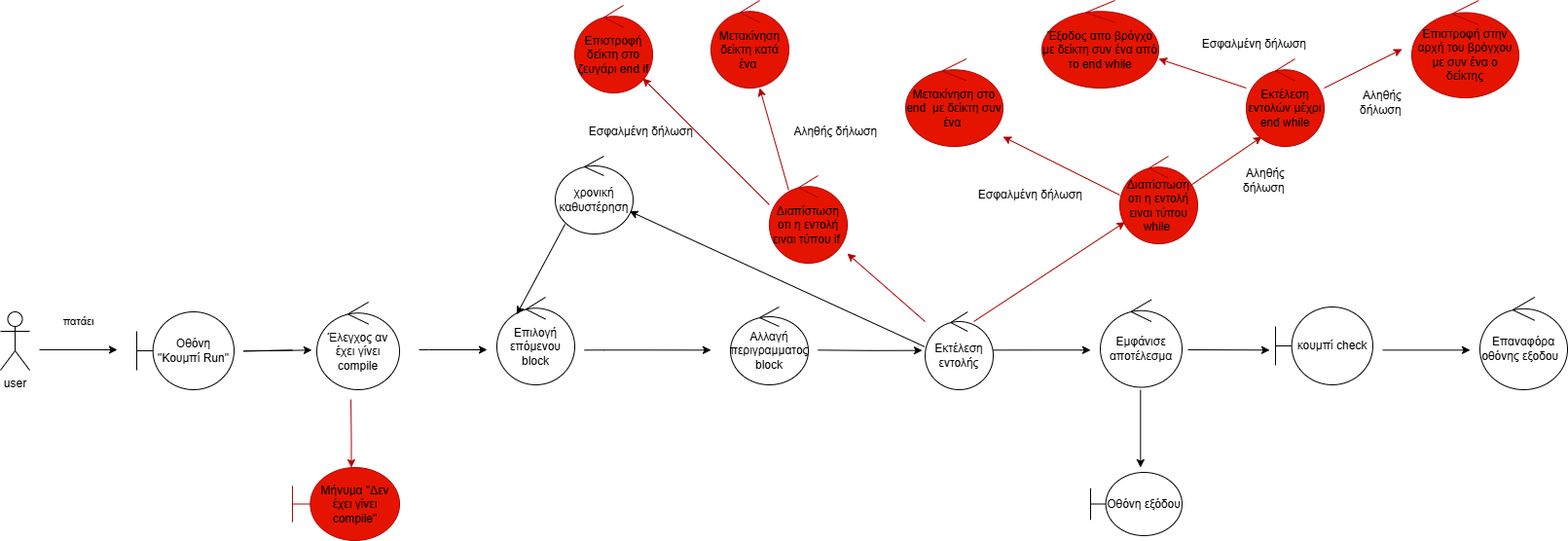
Earlier version of the draw.io export deytero/rob4.drawio.png (VasilisMichanetzis/Software-engineering-project-2025). Source tidied: cells renumbered, new cells last; positions are measured from the earlier drawing's top-left corner, leaving out a move shared by most shapes.
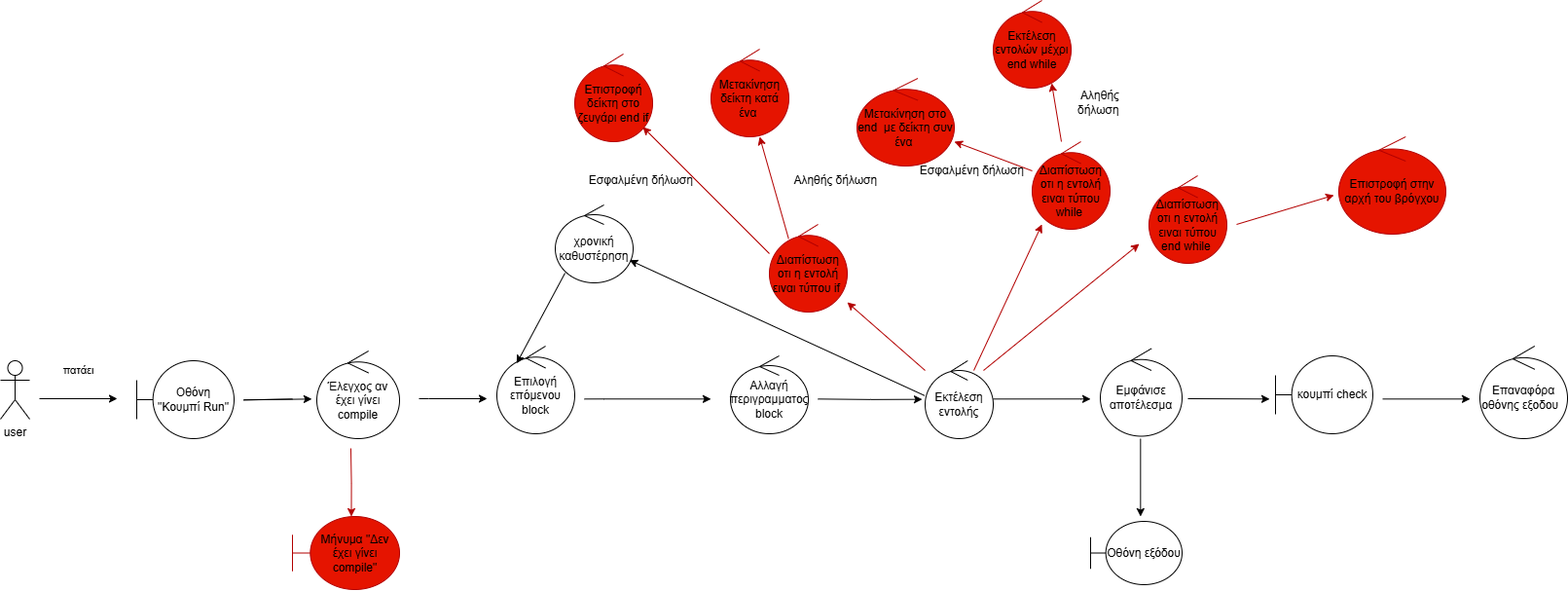
The same file after the commit.

Commit message:
διορθωση για end if

Diff of the diagram source:
```diff
@@ -150,63 +150,58 @@
       <mxGeometry x="600" y="120" width="120" height="30" as="geometry" />
     </mxCell>
     <mxCell id="34" value="&lt;font style=&quot;color: rgb(0, 0, 0);&quot;&gt;Διαπίστωση οτι η εντολή ειναι τύπου while&amp;nbsp;&lt;/font&gt;" style="ellipse;shape=umlControl;whiteSpace=wrap;html=1;fillColor=#e51400;fontColor=#ffffff;strokeColor=#B20000;" parent="1" vertex="1">
-      <mxGeometry x="1150" y="160" width="80" height="90" as="geometry" />
+      <mxGeometry x="1060" y="95" width="80" height="90" as="geometry" />
     </mxCell>
-    <mxCell id="35" style="endArrow=classic;html=1;rounded=0;fillColor=#e51400;strokeColor=#B20000;" parent="1" edge="1" target="34">
+    <mxCell id="35" style="endArrow=classic;html=1;rounded=0;fillColor=#e51400;strokeColor=#B20000;" parent="1" edge="1">
       <mxGeometry relative="1" as="geometry">
         <mxPoint x="1000" y="330" as="sourcePoint" />
+        <mxPoint x="1070" y="180" as="targetPoint" />
       </mxGeometry>
     </mxCell>
     <mxCell id="36" style="endArrow=classic;html=1;rounded=0;fillColor=#e51400;strokeColor=#B20000;" parent="1" edge="1">
       <mxGeometry relative="1" as="geometry">
-        <mxPoint x="1220" y="192" as="sourcePoint" />
-        <mxPoint x="1296" y="140" as="targetPoint" />
+        <mxPoint x="1090" y="95" as="sourcePoint" />
+        <mxPoint x="1080" y="35" as="targetPoint" />
       </mxGeometry>
     </mxCell>
     <mxCell id="37" value="&lt;font style=&quot;color: rgb(0, 0, 0);&quot;&gt;Εκτέλεση εντολών μέχρι end while&lt;/font&gt;" style="ellipse;shape=umlControl;whiteSpace=wrap;html=1;fillColor=#e51400;fontColor=#ffffff;strokeColor=#B20000;" parent="1" vertex="1">
-      <mxGeometry x="1280" y="60" width="80" height="90" as="geometry" />
+      <mxGeometry x="1020" y="-50" width="80" height="90" as="geometry" />
     </mxCell>
     <mxCell id="38" value="Αληθής δήλωση&amp;nbsp;" style="text;html=1;align=center;verticalAlign=middle;whiteSpace=wrap;rounded=0;" parent="1" vertex="1">
-      <mxGeometry x="1270" y="170" width="60" height="30" as="geometry" />
+      <mxGeometry x="1100" y="40" width="60" height="30" as="geometry" />
     </mxCell>
     <mxCell id="39" style="endArrow=classic;html=1;rounded=0;fillColor=#e51400;strokeColor=#B20000;" parent="1" edge="1">
       <mxGeometry relative="1" as="geometry">
-        <mxPoint x="1360" y="90" as="sourcePoint" />
-        <mxPoint x="1440" y="50" as="targetPoint" />
+        <mxPoint x="1270" y="180" as="sourcePoint" />
+        <mxPoint x="1370" y="150" as="targetPoint" />
       </mxGeometry>
     </mxCell>
-    <mxCell id="40" value="Αληθής δήλωση&amp;nbsp;" style="text;html=1;align=center;verticalAlign=middle;whiteSpace=wrap;rounded=0;" parent="1" vertex="1">
-      <mxGeometry x="1390" y="90" width="60" height="30" as="geometry" />
-    </mxCell>
-    <mxCell id="41" value="&lt;font style=&quot;color: rgb(0, 0, 0);&quot;&gt;Eπιστροφή στην αρχή του βρόγχου με συν ένα ο δείκτης&lt;/font&gt;" style="ellipse;shape=umlControl;whiteSpace=wrap;html=1;fillColor=#e51400;fontColor=#ffffff;strokeColor=#B20000;" parent="1" vertex="1">
-      <mxGeometry x="1450" width="110" height="100" as="geometry" />
+    <mxCell id="41" value="&lt;font style=&quot;color: rgb(0, 0, 0);&quot;&gt;Eπιστροφή στην αρχή του βρόγχου&lt;/font&gt;" style="ellipse;shape=umlControl;whiteSpace=wrap;html=1;fillColor=#e51400;fontColor=#ffffff;strokeColor=#B20000;" parent="1" vertex="1">
+      <mxGeometry x="1375" y="90" width="110" height="100" as="geometry" />
     </mxCell>
-    <mxCell id="42" style="endArrow=classic;html=1;rounded=0;fillColor=#e51400;strokeColor=#B20000;" parent="1" edge="1">
-      <mxGeometry relative="1" as="geometry">
-        <mxPoint x="1280" y="90" as="sourcePoint" />
-        <mxPoint x="1190" y="60" as="targetPoint" />
-      </mxGeometry>
-    </mxCell>
-    <mxCell id="43" value="Εσφαλμένη δήλωση&amp;nbsp;" style="text;html=1;align=center;verticalAlign=middle;whiteSpace=wrap;rounded=0;" parent="1" vertex="1">
-      <mxGeometry x="1230" y="30" width="120" height="30" as="geometry" />
-    </mxCell>
-    <mxCell id="44" value="&lt;font style=&quot;color: rgb(0, 0, 0);&quot;&gt;Έξοδος απο βρόγχο με δείκτη συν ένα από το end while&lt;/font&gt;" style="ellipse;shape=umlControl;whiteSpace=wrap;html=1;fillColor=#e51400;fontColor=#ffffff;strokeColor=#B20000;" parent="1" vertex="1">
-      <mxGeometry x="1070" width="120" height="90" as="geometry" />
-    </mxCell>
     <mxCell id="45" style="endArrow=classic;html=1;rounded=0;fillColor=#e51400;strokeColor=#B20000;" parent="1" edge="1">
       <mxGeometry relative="1" as="geometry">
-        <mxPoint x="1150" y="200" as="sourcePoint" />
-        <mxPoint x="1030" y="140" as="targetPoint" />
+        <mxPoint x="1060" y="125" as="sourcePoint" />
+        <mxPoint x="980" y="95" as="targetPoint" />
       </mxGeometry>
     </mxCell>
     <mxCell id="46" style="edgeStyle=orthogonalEdgeStyle;rounded=0;orthogonalLoop=1;jettySize=auto;html=1;exitX=0.5;exitY=1;exitDx=0;exitDy=0;" parent="1" edge="1" source="29" target="29">
       <mxGeometry relative="1" as="geometry" />
     </mxCell>
     <mxCell id="47" value="&lt;font style=&quot;color: rgb(0, 0, 0);&quot;&gt;Μετακίνηση στο end&amp;nbsp; με δείκτη συν ένα&amp;nbsp;&lt;/font&gt;" style="ellipse;shape=umlControl;whiteSpace=wrap;html=1;fillColor=#e51400;fontColor=#ffffff;strokeColor=#B20000;" parent="1" vertex="1">
-      <mxGeometry x="930" y="60" width="100" height="90" as="geometry" />
+      <mxGeometry x="880" y="30" width="100" height="90" as="geometry" />
     </mxCell>
     <mxCell id="48" value="Εσφαλμένη δήλωση&amp;nbsp;" style="text;html=1;align=center;verticalAlign=middle;whiteSpace=wrap;rounded=0;" parent="1" vertex="1">
-      <mxGeometry x="1000" y="185" width="120" height="30" as="geometry" />
+      <mxGeometry x="940" y="110" width="120" height="30" as="geometry" />
     </mxCell>
+    <mxCell id="49" value="&lt;font style=&quot;color: rgb(0, 0, 0);&quot;&gt;Διαπίστωση οτι η εντολή ειναι τύπου end while&amp;nbsp;&lt;/font&gt;" style="ellipse;shape=umlControl;whiteSpace=wrap;html=1;fillColor=#e51400;fontColor=#ffffff;strokeColor=#B20000;" parent="1" vertex="1">
+      <mxGeometry x="1180" y="130" width="80" height="90" as="geometry" />
+    </mxCell>
+    <mxCell id="50" style="endArrow=classic;html=1;rounded=0;fillColor=#e51400;strokeColor=#B20000;" parent="1" edge="1">
+      <mxGeometry relative="1" as="geometry">
+        <mxPoint x="1010" y="330" as="sourcePoint" />
+        <mxPoint x="1170" y="200" as="targetPoint" />
+      </mxGeometry>
+    </mxCell>
   </root>
 </mxGraphModel>
```
